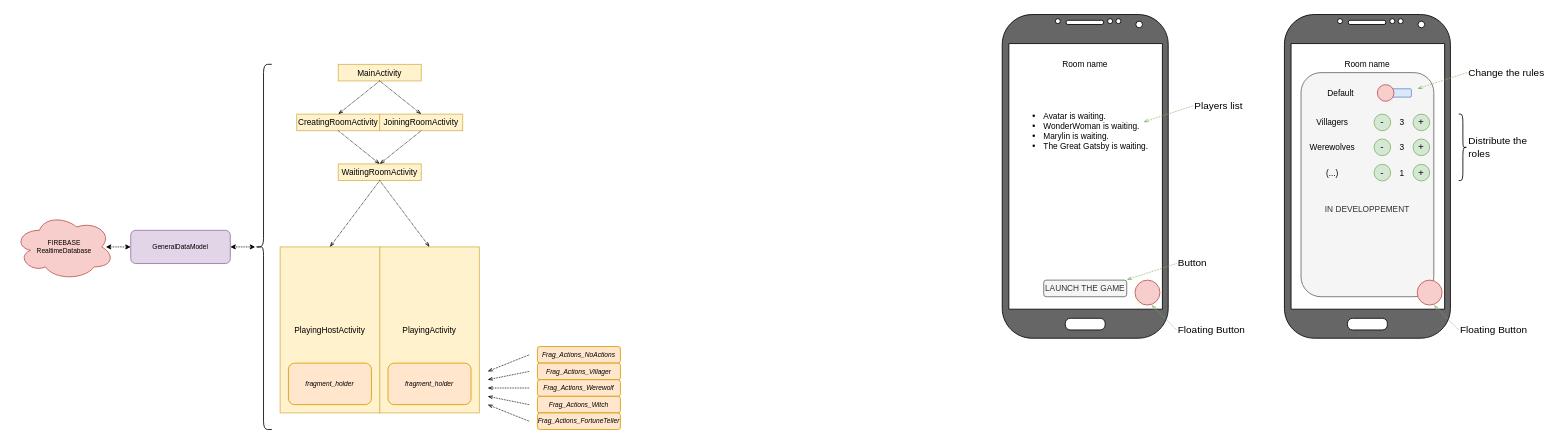
This is page "Page-2" (2 of 2) of NAGI_dev.drawio from SucreSalaire/T-MobOp_werewolf, a draw.io file, before an edit. Source tidied: cells renumbered, new cells numbered last; positions are measured from the earlier drawing's top-left corner, leaving out a move shared by most shapes. Both pictures are drawn from the tidied source at 83%, with x=0, y=0 at pixel (14, 14).
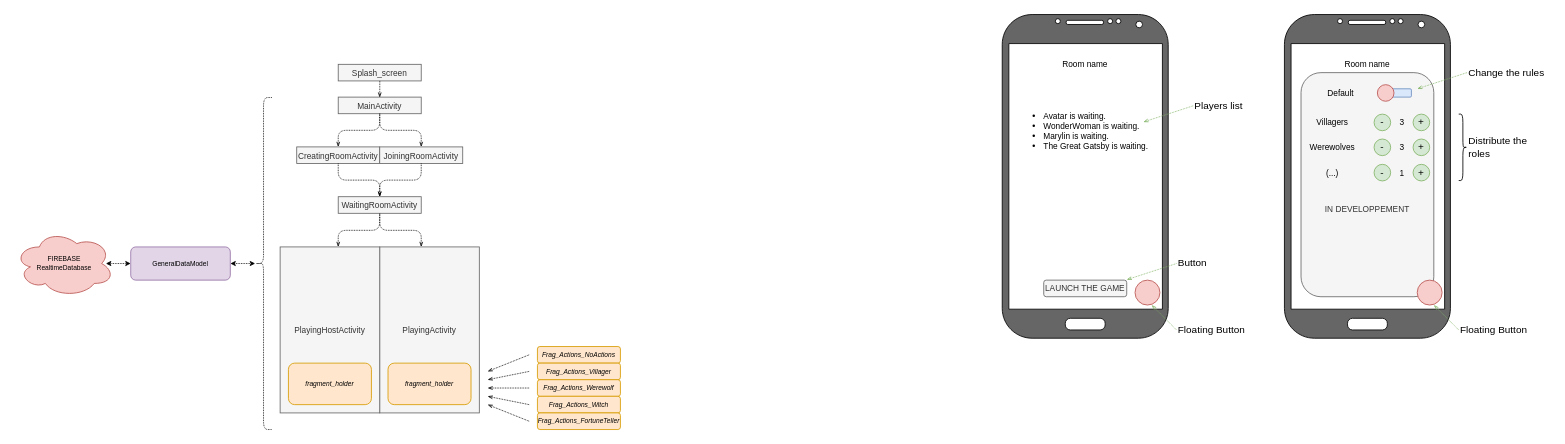
Above is the later version.

Diff of the diagram source:
```diff
@@
-    <mxCell id="2" value="CreatingRoomActivity" style="rounded=0;whiteSpace=wrap;html=1;fontSize=10;fillColor=#fff2cc;strokeColor=#d6b656;" parent="1" vertex="1">
-      <mxGeometry x="340" y="120" width="100" height="20" as="geometry" />
+    <mxCell id="2" value="CreatingRoomActivity" style="rounded=0;whiteSpace=wrap;html=1;fontSize=10;fillColor=#f5f5f5;strokeColor=#666666;fontColor=#333333;" parent="1" vertex="1">
+      <mxGeometry x="340" y="159.5" width="100" height="20" as="geometry" />
     </mxCell>
-    <mxCell id="3" value="MainActivity" style="rounded=0;whiteSpace=wrap;html=1;fontSize=10;fillColor=#fff2cc;strokeColor=#d6b656;" parent="1" vertex="1">
-      <mxGeometry x="390" y="60" width="100" height="20" as="geometry" />
+    <mxCell id="3" value="MainActivity" style="rounded=0;whiteSpace=wrap;html=1;fontSize=10;fillColor=#f5f5f5;strokeColor=#666666;fontColor=#333333;" parent="1" vertex="1">
+      <mxGeometry x="390" y="99.5" width="100" height="20" as="geometry" />
     </mxCell>
-    <mxCell id="4" value="JoiningRoomActivity" style="rounded=0;whiteSpace=wrap;html=1;fontSize=10;fillColor=#fff2cc;strokeColor=#d6b656;" parent="1" vertex="1">
-      <mxGeometry x="440" y="120" width="100" height="20" as="geometry" />
+    <mxCell id="4" value="JoiningRoomActivity" style="rounded=0;whiteSpace=wrap;html=1;fontSize=10;fillColor=#f5f5f5;strokeColor=#666666;fontColor=#333333;" parent="1" vertex="1">
+      <mxGeometry x="440" y="159.5" width="100" height="20" as="geometry" />
     </mxCell>
-    <mxCell id="5" value="WaitingRoomActivity" style="rounded=0;whiteSpace=wrap;html=1;fontSize=10;fillColor=#fff2cc;strokeColor=#d6b656;" parent="1" vertex="1">
-      <mxGeometry x="390" y="180" width="100" height="20" as="geometry" />
+    <mxCell id="5" value="WaitingRoomActivity" style="rounded=0;whiteSpace=wrap;html=1;fontSize=10;fillColor=#f5f5f5;strokeColor=#666666;fontColor=#333333;" parent="1" vertex="1">
+      <mxGeometry x="390" y="219.5" width="100" height="20" as="geometry" />
     </mxCell>
-    <mxCell id="6" value="PlayingActivity" style="rounded=0;whiteSpace=wrap;html=1;fontSize=10;fillColor=#fff2cc;strokeColor=#d6b656;" parent="1" vertex="1">
+    <mxCell id="6" value="PlayingActivity" style="rounded=0;whiteSpace=wrap;html=1;fontSize=10;fillColor=#f5f5f5;strokeColor=#666666;fontColor=#333333;" parent="1" vertex="1">
       <mxGeometry x="440" y="280" width="120" height="200" as="geometry" />
     </mxCell>
-    <mxCell id="7" value="PlayingHostActivity" style="rounded=0;whiteSpace=wrap;html=1;fontSize=10;fillColor=#fff2cc;strokeColor=#d6b656;" parent="1" vertex="1">
+    <mxCell id="7" value="PlayingHostActivity" style="rounded=0;whiteSpace=wrap;html=1;fontSize=10;fillColor=#f5f5f5;strokeColor=#666666;fontColor=#333333;" parent="1" vertex="1">
       <mxGeometry x="320" y="280" width="120" height="200" as="geometry" />
     </mxCell>
@@
     <mxCell id="12" value="FIREBASE&lt;br&gt;RealtimeDatabase" style="ellipse;shape=cloud;whiteSpace=wrap;html=1;strokeColor=#b85450;fillColor=#f8cecc;fontSize=8;" parent="1" vertex="1">
-      <mxGeometry y="240" width="120" height="80" as="geometry" />
+      <mxGeometry y="260" width="120" height="80" as="geometry" />
     </mxCell>
-    <mxCell id="13" style="endArrow=openThin;html=1;dashed=1;dashPattern=1 1;fontSize=8;endSize=4;endFill=0;" parent="1" edge="1">
+    <mxCell id="13" style="endArrow=openThin;html=1;dashed=1;dashPattern=1 1;fontSize=8;endSize=4;endFill=0;edgeStyle=orthogonalEdgeStyle;" parent="1" edge="1">
       <mxGeometry relative="1" as="geometry">
-        <mxPoint x="440" y="80" as="sourcePoint" />
-        <mxPoint x="490" y="120" as="targetPoint" />
+        <mxPoint x="440" y="119.5" as="sourcePoint" />
+        <mxPoint x="490" y="159.5" as="targetPoint" />
+        <Array as="points">
+          <mxPoint x="440" y="139.5" />
+          <mxPoint x="490" y="139.5" />
+        </Array>
       </mxGeometry>
     </mxCell>
-    <mxCell id="14" style="endArrow=openThin;html=1;dashed=1;dashPattern=1 1;fontSize=8;endSize=4;endFill=0;" parent="1" edge="1">
+    <mxCell id="14" style="endArrow=openThin;html=1;dashed=1;dashPattern=1 1;fontSize=8;endSize=4;endFill=0;edgeStyle=orthogonalEdgeStyle;" parent="1" edge="1">
       <mxGeometry relative="1" as="geometry">
-        <mxPoint x="440" y="80" as="sourcePoint" />
-        <mxPoint x="390" y="120" as="targetPoint" />
+        <mxPoint x="440" y="119.5" as="sourcePoint" />
+        <mxPoint x="390" y="159.5" as="targetPoint" />
+        <Array as="points">
+          <mxPoint x="440" y="139.5" />
+          <mxPoint x="390" y="139.5" />
+        </Array>
       </mxGeometry>
     </mxCell>
-    <mxCell id="15" style="endArrow=openThin;html=1;dashed=1;dashPattern=1 1;fontSize=8;endSize=4;endFill=0;" parent="1" edge="1">
+    <mxCell id="15" style="endArrow=openThin;html=1;dashed=1;dashPattern=1 1;fontSize=8;endSize=4;endFill=0;edgeStyle=orthogonalEdgeStyle;" parent="1" edge="1">
       <mxGeometry relative="1" as="geometry">
-        <mxPoint x="390" y="140" as="sourcePoint" />
-        <mxPoint x="440" y="180" as="targetPoint" />
+        <mxPoint x="390" y="179.5" as="sourcePoint" />
+        <mxPoint x="440" y="219.5" as="targetPoint" />
+        <Array as="points">
+          <mxPoint x="390" y="199.5" />
+          <mxPoint x="440" y="199.5" />
+        </Array>
       </mxGeometry>
     </mxCell>
-    <mxCell id="16" style="endArrow=openThin;html=1;dashed=1;dashPattern=1 1;fontSize=8;endSize=4;endFill=0;" parent="1" edge="1">
+    <mxCell id="16" style="endArrow=openThin;html=1;dashed=1;dashPattern=1 1;fontSize=8;endSize=4;endFill=0;edgeStyle=orthogonalEdgeStyle;" parent="1" edge="1">
       <mxGeometry relative="1" as="geometry">
-        <mxPoint x="490" y="140" as="sourcePoint" />
-        <mxPoint x="440" y="180" as="targetPoint" />
+        <mxPoint x="490" y="179.5" as="sourcePoint" />
+        <mxPoint x="440" y="219.5" as="targetPoint" />
+        <Array as="points">
+          <mxPoint x="490" y="199.5" />
+          <mxPoint x="440" y="199.5" />
+        </Array>
       </mxGeometry>
     </mxCell>
-    <mxCell id="17" style="endArrow=openThin;html=1;dashed=1;dashPattern=1 1;fontSize=8;endSize=4;endFill=0;" parent="1" edge="1">
-      <mxGeometry relative="1" as="geometry">
-        <mxPoint x="440" y="200" as="sourcePoint" />
-        <mxPoint x="380" y="280" as="targetPoint" />
-      </mxGeometry>
-    </mxCell>
-    <mxCell id="18" style="endArrow=openThin;html=1;dashed=1;dashPattern=1 1;fontSize=8;endSize=4;endFill=0;" parent="1" edge="1">
-      <mxGeometry relative="1" as="geometry">
-        <mxPoint x="440" y="200" as="sourcePoint" />
-        <mxPoint x="500" y="280" as="targetPoint" />
-      </mxGeometry>
-    </mxCell>
@@
     <mxCell id="27" value="GeneralDataModel" style="rounded=1;whiteSpace=wrap;html=1;strokeColor=#9673a6;fillColor=#e1d5e7;fontSize=8;" parent="1" vertex="1">
-      <mxGeometry x="140" y="260" width="120" height="40" as="geometry" />
+      <mxGeometry x="140" y="280" width="120" height="40" as="geometry" />
     </mxCell>
-    <mxCell id="28" style="shape=curlyBracket;whiteSpace=wrap;html=1;rounded=1;strokeColor=#000000;fillColor=#FF0000;fontSize=8;" parent="1" vertex="1">
-      <mxGeometry x="290" y="60" width="20" height="440" as="geometry" />
+    <mxCell id="28" style="shape=curlyBracket;whiteSpace=wrap;html=1;rounded=1;strokeColor=#000000;fillColor=#FF0000;fontSize=8;dashed=1;dashPattern=1 1;" parent="1" vertex="1">
+      <mxGeometry x="290" y="100" width="20" height="400" as="geometry" />
     </mxCell>
     <mxCell id="29" style="endArrow=classic;startArrow=classic;html=1;dashed=1;dashPattern=1 1;fontSize=8;endSize=4;startSize=4;" parent="1" edge="1">
       <mxGeometry relative="1" as="geometry">
-        <mxPoint x="260" y="280" as="sourcePoint" />
-        <mxPoint x="290" y="280" as="targetPoint" />
+        <mxPoint x="260" y="300" as="sourcePoint" />
+        <mxPoint x="290" y="300" as="targetPoint" />
       </mxGeometry>
     </mxCell>
     <mxCell id="30" style="endArrow=classic;startArrow=classic;html=1;dashed=1;dashPattern=1 1;fontSize=8;endSize=4;startSize=4;" parent="1" edge="1">
       <mxGeometry relative="1" as="geometry">
-        <mxPoint x="110" y="280" as="sourcePoint" />
-        <mxPoint x="140" y="280" as="targetPoint" />
+        <mxPoint x="110" y="300" as="sourcePoint" />
+        <mxPoint x="140" y="300" as="targetPoint" />
       </mxGeometry>
     </mxCell>
@@
+    <mxCell id="67" style="endArrow=openThin;html=1;dashed=1;dashPattern=1 1;fontSize=8;endSize=4;endFill=0;edgeStyle=orthogonalEdgeStyle;" parent="1" edge="1">
+      <mxGeometry relative="1" as="geometry">
+        <mxPoint x="440" y="240" as="sourcePoint" />
+        <mxPoint x="490" y="280" as="targetPoint" />
+        <Array as="points">
+          <mxPoint x="440" y="260" />
+          <mxPoint x="490" y="260" />
+        </Array>
+      </mxGeometry>
+    </mxCell>
+    <mxCell id="68" style="endArrow=openThin;html=1;dashed=1;dashPattern=1 1;fontSize=8;endSize=4;endFill=0;edgeStyle=orthogonalEdgeStyle;" parent="1" edge="1">
+      <mxGeometry relative="1" as="geometry">
+        <mxPoint x="440" y="240" as="sourcePoint" />
+        <mxPoint x="390" y="280" as="targetPoint" />
+        <Array as="points">
+          <mxPoint x="440" y="260" />
+          <mxPoint x="390" y="260" />
+        </Array>
+      </mxGeometry>
+    </mxCell>
+    <mxCell id="69" value="Splash_screen" style="rounded=0;whiteSpace=wrap;html=1;fontSize=10;fillColor=#f5f5f5;strokeColor=#666666;fontColor=#333333;" parent="1" vertex="1">
+      <mxGeometry x="390" y="60" width="100" height="20" as="geometry" />
+    </mxCell>
+    <mxCell id="70" style="endArrow=openThin;html=1;dashed=1;dashPattern=1 1;fontSize=8;endSize=4;endFill=0;" parent="1" edge="1">
+      <mxGeometry relative="1" as="geometry">
+        <mxPoint x="440.1" y="80" as="sourcePoint" />
+        <mxPoint x="440" y="100" as="targetPoint" />
+      </mxGeometry>
+    </mxCell>
```
